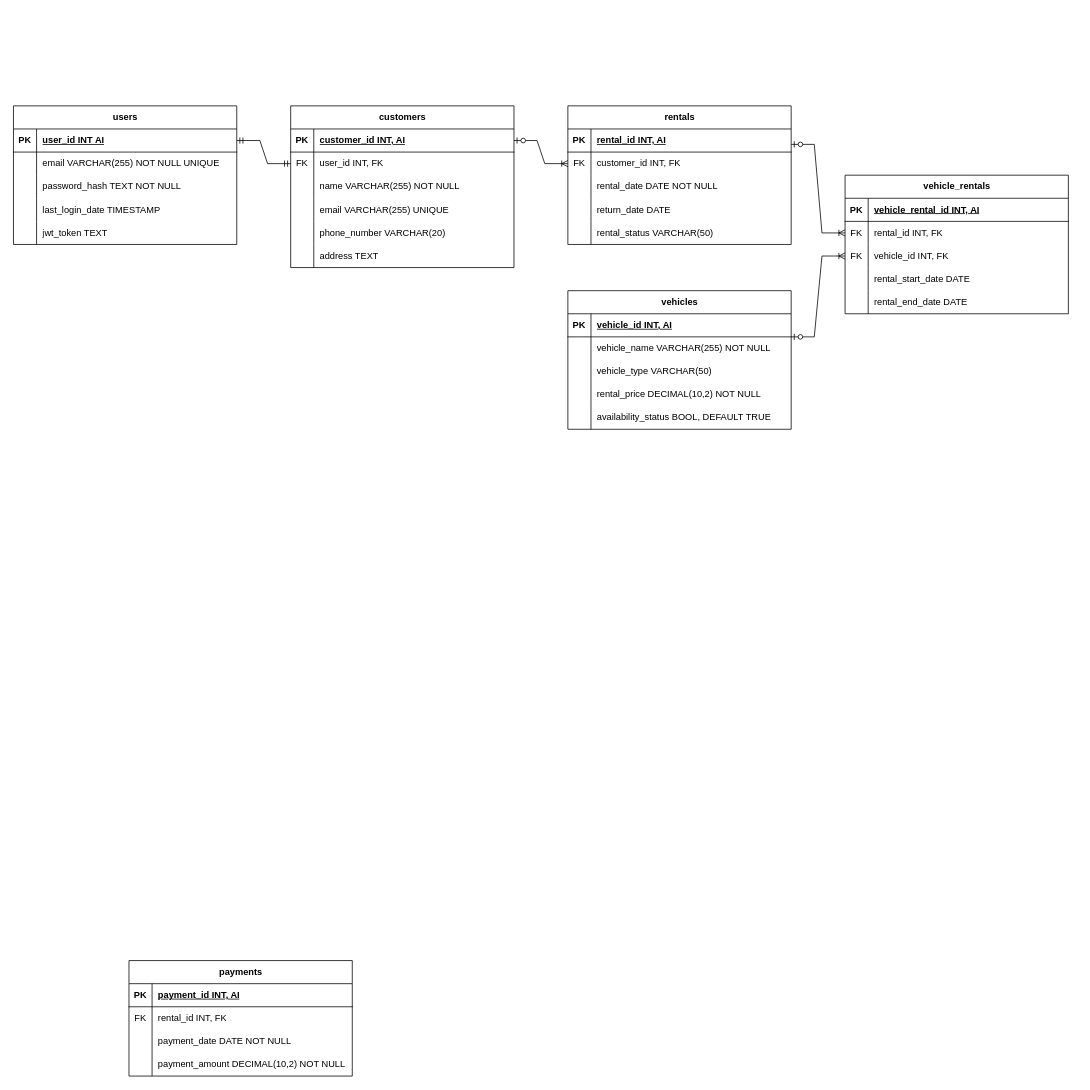
Earlier version of the draw.io diagram phase2simulasi2.drawio (suryasaputra2016/YourFirstSite). Source tidied: cells renumbered, new cells numbered last; positions are measured from the earlier drawing's top-left corner, leaving out a move shared by most shapes. Both pictures are drawn from the tidied source at 77%, with x=0, y=0 at pixel (13, 105).
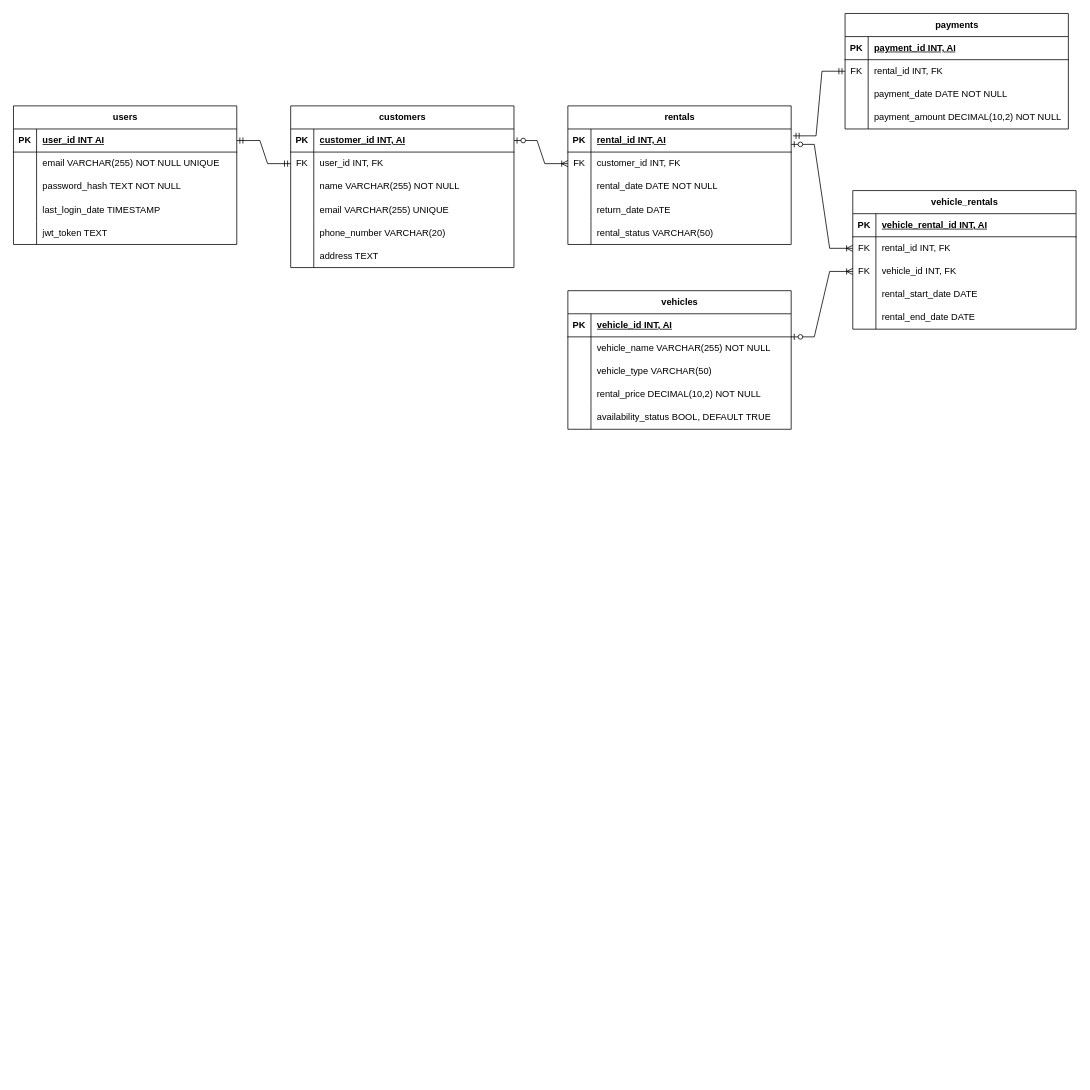
The same diagram, later.

The change refers to these unchanged cells:
```xml
<mxCell id="54" style="shape=tableRow;horizontal=0;startSize=0;swimlaneHead=0;swimlaneBody=0;fillColor=none;points=[[0,0.5],[1,0.5]];portConstraint=eastwest;top=0;left=0;right=0;bottom=1;" parent="53" vertex="1">
  <mxGeometry y="30" width="290" height="30" as="geometry" />
</mxCell>
<mxCell id="89" style="shape=tableRow;horizontal=0;startSize=0;swimlaneHead=0;swimlaneBody=0;fillColor=none;points=[[0,0.5],[1,0.5]];portConstraint=eastwest;top=0;left=0;right=0;bottom=0;" parent="85" vertex="1">
  <mxGeometry y="60" width="290" height="30" as="geometry" />
</mxCell>
```

Change to the diagram source:
```diff
@@
     <mxCell id="69" value="vehicle_rentals" style="shape=table;startSize=30;childLayout=tableLayout;rowLines=0;fontStyle=1;align=center;html=1;" parent="1" vertex="1">
-      <mxGeometry x="1080" y="90" width="290" height="180" as="geometry" />
+      <mxGeometry x="1090" y="110" width="290" height="180" as="geometry" />
     </mxCell>
@@
     <mxCell id="85" value="payments" style="shape=table;startSize=30;childLayout=tableLayout;rowLines=0;fontStyle=1;align=center;html=1;" parent="1" vertex="1">
-      <mxGeometry x="150" y="1110" width="290" height="150" as="geometry" />
+      <mxGeometry x="1080" y="-120" width="290" height="150" as="geometry" />
     </mxCell>
@@
+    <mxCell id="102" style="edgeStyle=entityRelationEdgeStyle;fontSize=12;html=1;endArrow=ERmandOne;startArrow=ERmandOne;rounded=0;exitX=1.008;exitY=0.297;exitDx=0;exitDy=0;exitPerimeter=0;entryX=0;entryY=0.5;entryDx=0;entryDy=0;" parent="1" edge="1" source="54" target="89">
+      <mxGeometry relative="1" as="geometry" />
+    </mxCell>
```
